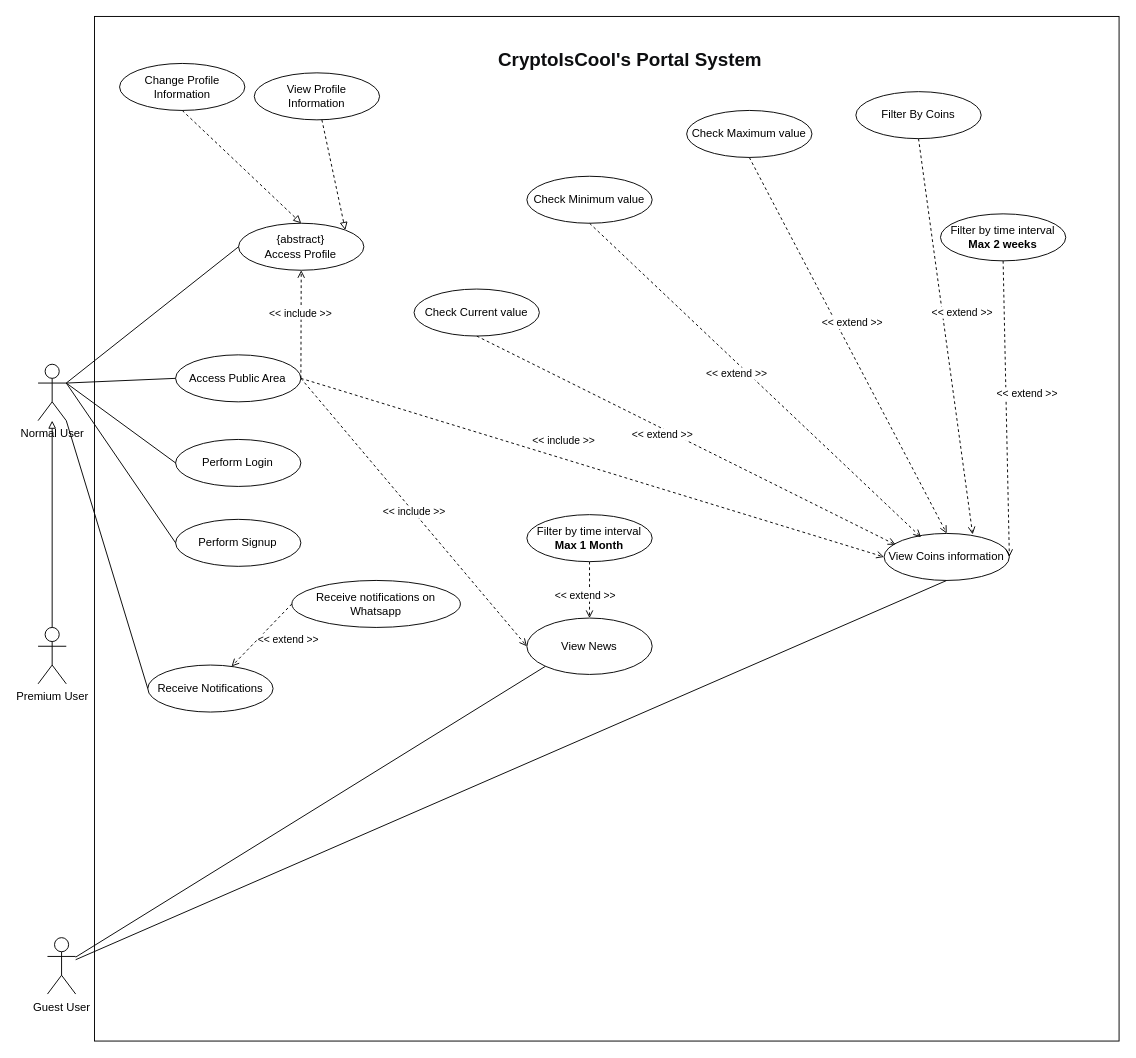
Earlier version of the draw.io diagram page "Users" (1 of 3) of Use_Case.drawio (bgabrielma/ES_Project). Source tidied: cells renumbered, new cells numbered last; positions are measured from the earlier drawing's top-left corner, leaving out a move shared by most shapes. Both pictures are drawn from the tidied source at 94%, with x=0, y=0 at pixel (38, 16).
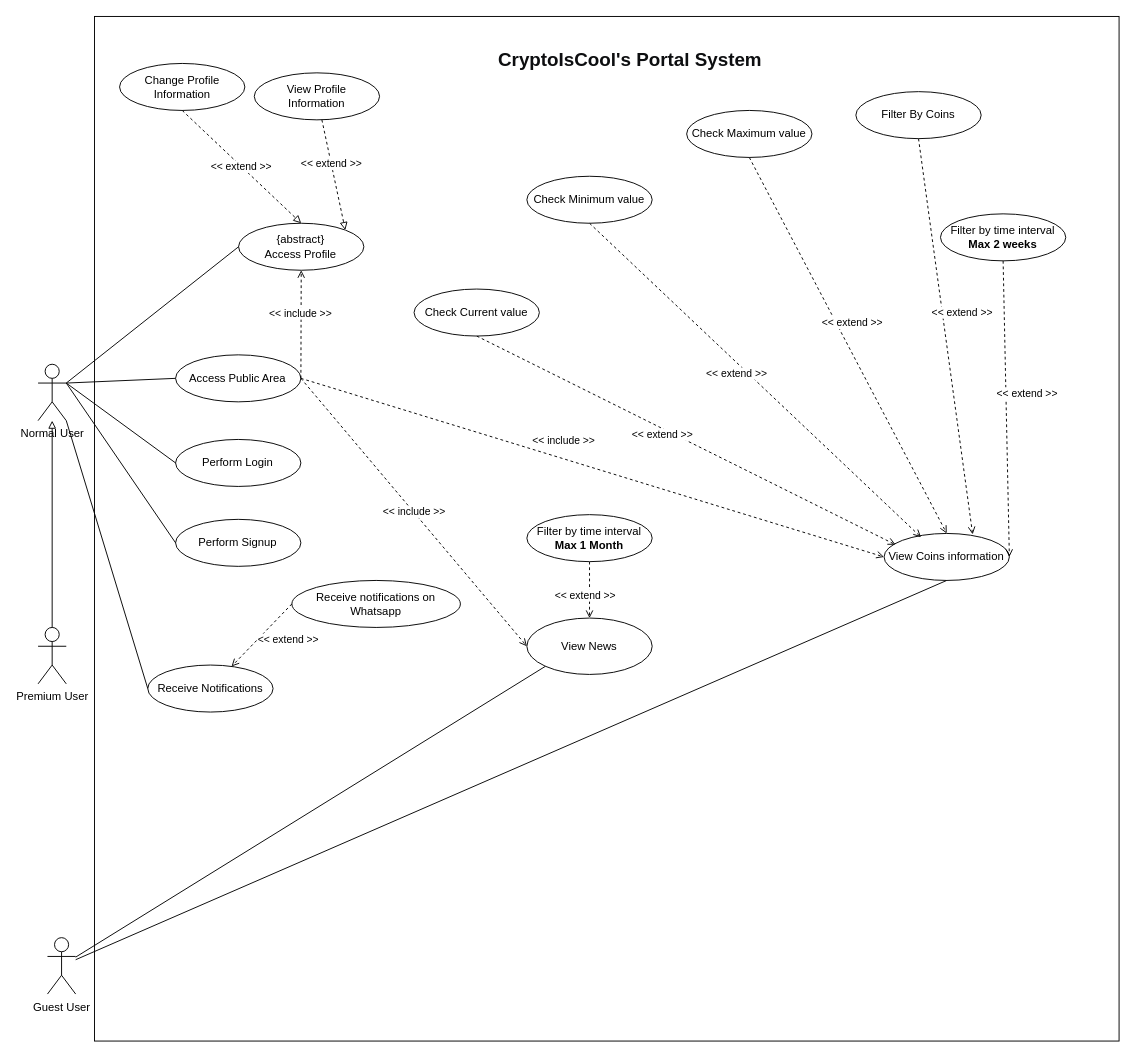
The same diagram, later.

Unchanged cells that the change refers to:
```xml
<mxCell id="7" value="{abstract}&lt;br&gt;Access Profile" style="ellipse;whiteSpace=wrap;html=1;" parent="1" vertex="1">
  <mxGeometry x="213.3" y="220" width="133.3" height="50" as="geometry" />
</mxCell>
<mxCell id="18" value="Change Profile Information" style="ellipse;whiteSpace=wrap;html=1;" parent="1" vertex="1">
  <mxGeometry x="86.7" y="50" width="133.3" height="50" as="geometry" />
</mxCell>
<mxCell id="42" style="endArrow=block;html=1;rounded=0;entryX=1;entryY=0;entryDx=0;entryDy=0;endFill=0;jumpSize=10;strokeWidth=1;dashed=1;" parent="1" edge="1" source="41" target="7">
  <mxGeometry relative="1" as="geometry" />
</mxCell>
```

Change to the diagram source:
```diff
@@
-    <mxCell id="19" style="endArrow=block;html=1;rounded=0;exitX=0.5;exitY=1;exitDx=0;exitDy=0;entryX=0.5;entryY=0;entryDx=0;entryDy=0;endFill=0;jumpSize=10;strokeWidth=1;dashed=1;" parent="1" edge="1" source="18" target="7">
+    <mxCell id="19" value="&amp;lt;&amp;lt; extend &amp;gt;&amp;gt;" style="endArrow=block;html=1;rounded=0;exitX=0.5;exitY=1;exitDx=0;exitDy=0;entryX=0.5;entryY=0;entryDx=0;entryDy=0;endFill=0;jumpSize=10;strokeWidth=1;dashed=1;" parent="1" edge="1" source="18" target="7">
       <mxGeometry relative="1" as="geometry" />
     </mxCell>
@@
+    <mxCell id="52" value="&amp;lt;&amp;lt; extend &amp;gt;&amp;gt;" style="edgeLabel;html=1;align=center;verticalAlign=middle;" parent="42" vertex="1">
+      <mxGeometry x="-0.2" relative="1" as="geometry" />
+    </mxCell>
```
